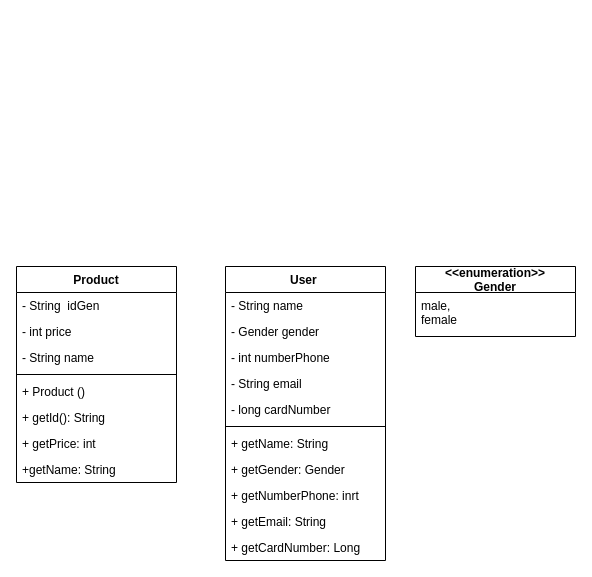
KuroTamashiAF/Software-architecture_HomeWork_5 keeps this draw.io diagram as Marketplace (6).drawio. Above is the earlier version. Source tidied: cells renumbered, new cells numbered last; positions are measured from the earlier drawing's top-left corner, leaving out a move shared by most shapes. Both pictures are drawn from the tidied source at 100%, with x=0, y=0 at pixel (16, 266).
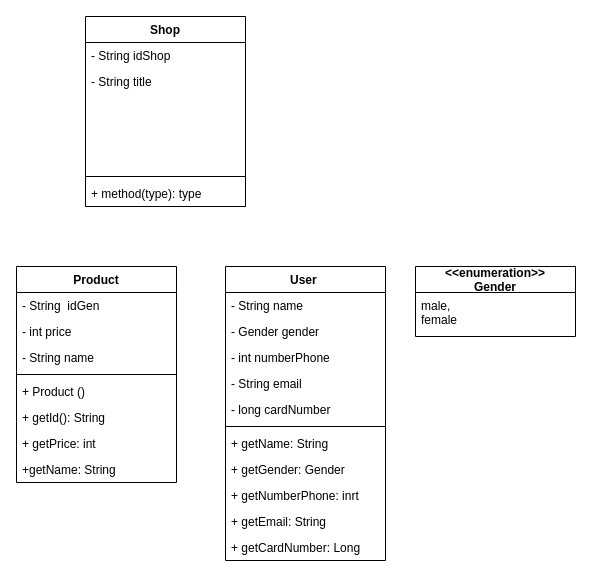
The same diagram, later.

Commit message:
add cls Shop

Change to the diagram source:
```diff
@@
+    <mxCell id="25" value="Shop" style="swimlane;fontStyle=1;align=center;verticalAlign=top;horizontal=1;startSize=26;" parent="1" vertex="1">
+      <mxGeometry x="69" y="-250" width="160" height="190" as="geometry" />
+    </mxCell>
+    <mxCell id="26" value="- String idShop " style="text;strokeColor=none;fillColor=none;align=left;verticalAlign=top;spacingLeft=4;spacingRight=4;overflow=hidden;" parent="25" vertex="1">
+      <mxGeometry y="26" width="160" height="26" as="geometry" />
+    </mxCell>
+    <mxCell id="27" value="- String title" style="text;strokeColor=none;fillColor=none;align=left;verticalAlign=top;spacingLeft=4;spacingRight=4;overflow=hidden;" parent="25" vertex="1">
+      <mxGeometry y="52" width="160" height="26" as="geometry" />
+    </mxCell>
+    <mxCell id="28" style="text;strokeColor=none;fillColor=none;align=left;verticalAlign=top;spacingLeft=4;spacingRight=4;overflow=hidden;" parent="25" vertex="1">
+      <mxGeometry y="78" width="160" height="26" as="geometry" />
+    </mxCell>
+    <mxCell id="29" style="text;strokeColor=none;fillColor=none;align=left;verticalAlign=top;spacingLeft=4;spacingRight=4;overflow=hidden;" parent="25" vertex="1">
+      <mxGeometry y="104" width="160" height="26" as="geometry" />
+    </mxCell>
+    <mxCell id="30" style="text;strokeColor=none;fillColor=none;align=left;verticalAlign=top;spacingLeft=4;spacingRight=4;overflow=hidden;" parent="25" vertex="1">
+      <mxGeometry y="130" width="160" height="26" as="geometry" />
+    </mxCell>
+    <mxCell id="31" style="line;strokeWidth=1;fillColor=none;align=left;verticalAlign=middle;spacingTop=-1;spacingLeft=3;spacingRight=3;labelPosition=right;strokeColor=inherit;" parent="25" vertex="1">
+      <mxGeometry y="156" width="160" height="8" as="geometry" />
+    </mxCell>
+    <mxCell id="32" value="+ method(type): type" style="text;strokeColor=none;fillColor=none;align=left;verticalAlign=top;spacingLeft=4;spacingRight=4;overflow=hidden;" parent="25" vertex="1">
+      <mxGeometry y="164" width="160" height="26" as="geometry" />
+    </mxCell>
```
